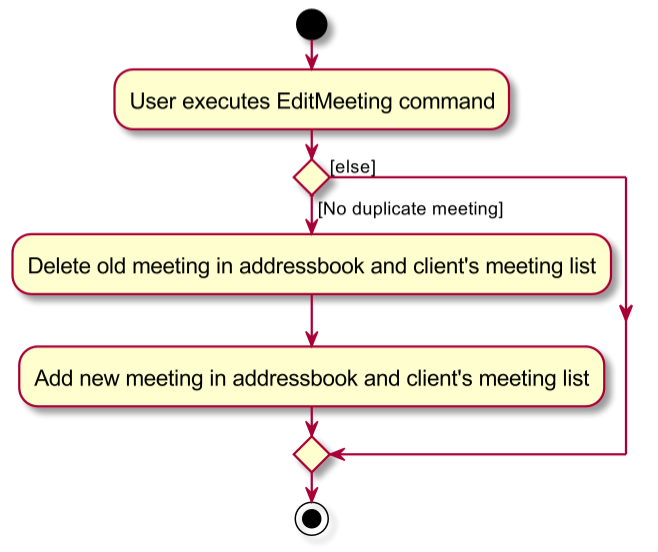
sethteo/tp keeps this PlantUML diagram as docs/images/EditMeetingCommandActivityDiagram.png. Above is the earlier version. Its source is kept beside it as docs/diagrams/EditMeetingCommandActivityDiagram.puml.
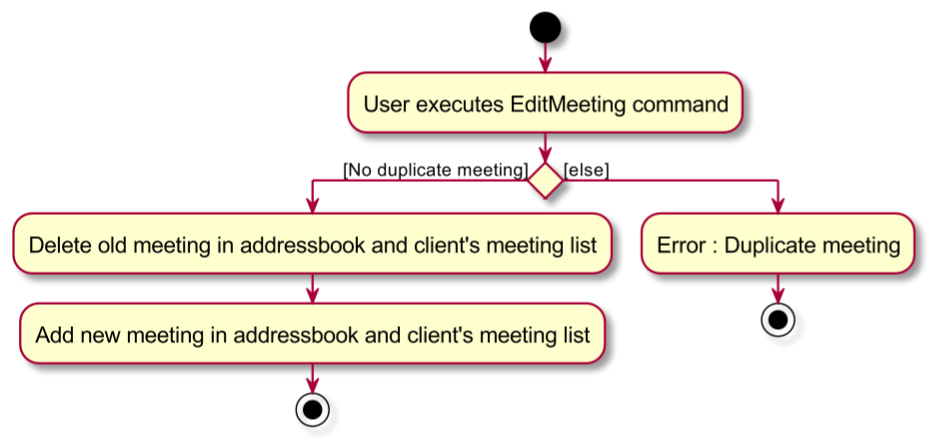
Above is the later version.

Commit message:
Add UML diagrams

What changed in the source:
```diff
@@ -9,7 +9,9 @@
 if () then ([No duplicate meeting])
     :Delete old meeting in addressbook and client's meeting list;
     :Add new meeting in addressbook and client's meeting list;
+    stop
 else ([else])
+    :Error : Duplicate meeting;
+    stop
 endif
-stop
 @enduml
```
